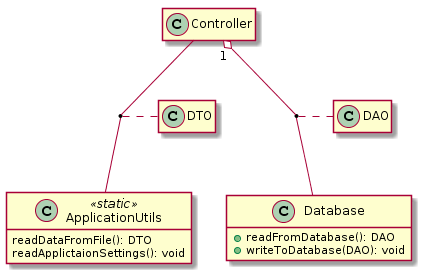
Before: fig/classDiagram_DB-AppUtils-Controller.png, a diagram exported from PlantUML (wandel812/crs2semMag).
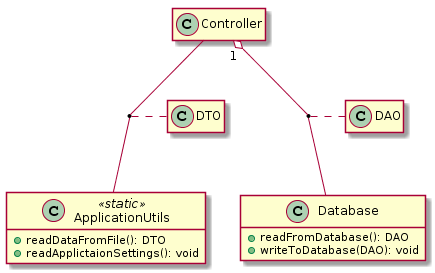
The same file after the commit.

The edit, as a diff of the source:
```diff
@@ -12,8 +12,8 @@
 hide DAO members
 
 class ApplicationUtils <<static>> {
-  readDataFromFile(): DTO
-  readApplictaionSettings(): void
+  +readDataFromFile(): DTO
+  +readApplictaionSettings(): void
 }
 hide ApplicationUtils fields
 
```
